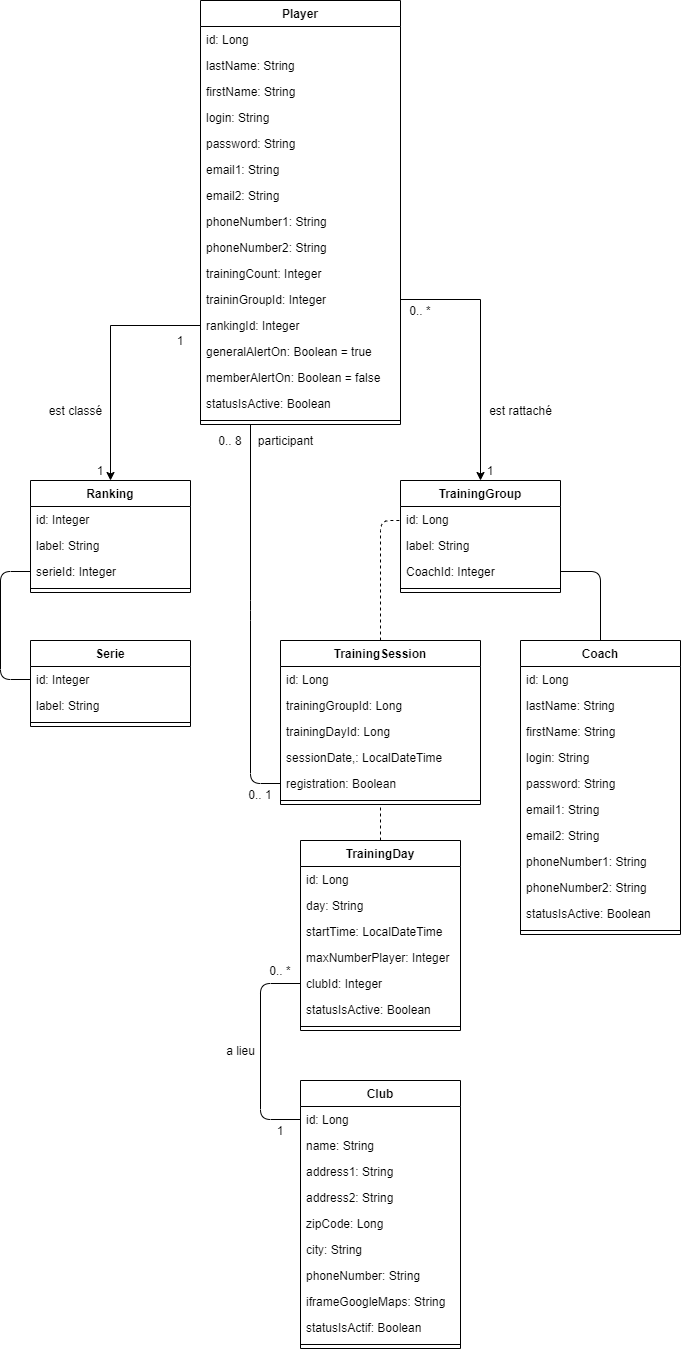
Above: ASC Tennis.png in Sayavong75/asc-tennis (draw.io), before the change. Source tidied: cells renumbered, new cells last; positions are measured from the earlier drawing's top-left corner, leaving out a move shared by most shapes.
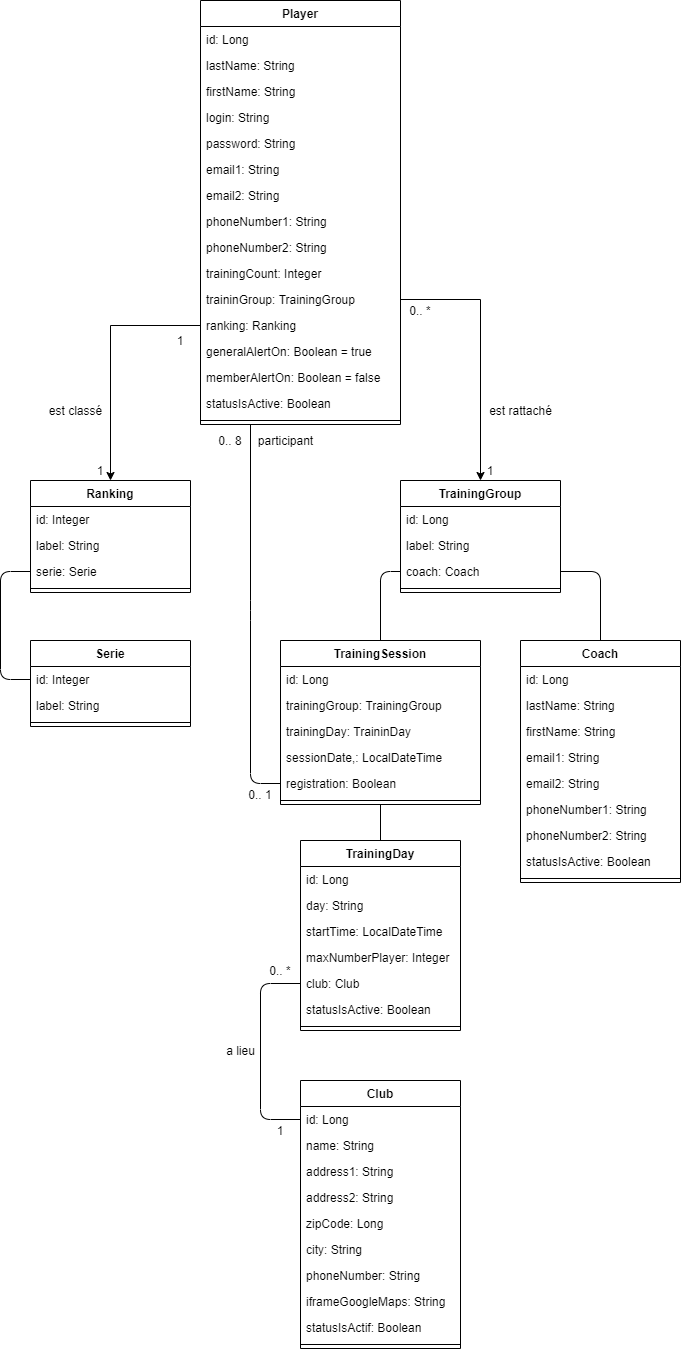
The same diagram one commit later.

Change to the diagram source:
```diff
@@ -41,10 +41,10 @@
     <mxCell id="14" value="trainingCount: Integer" style="text;strokeColor=none;fillColor=none;align=left;verticalAlign=top;spacingLeft=4;spacingRight=4;overflow=hidden;" parent="4" vertex="1">
       <mxGeometry y="260" width="200" height="26" as="geometry" />
     </mxCell>
-    <mxCell id="15" value="traininGroupId: Integer" style="text;strokeColor=none;fillColor=none;align=left;verticalAlign=top;spacingLeft=4;spacingRight=4;overflow=hidden;points=[[0,0.5],[1,0.5]];portConstraint=eastwest;" parent="4" vertex="1">
+    <mxCell id="15" value="traininGroup: TrainingGroup" style="text;strokeColor=none;fillColor=none;align=left;verticalAlign=top;spacingLeft=4;spacingRight=4;overflow=hidden;points=[[0,0.5],[1,0.5]];portConstraint=eastwest;" parent="4" vertex="1">
       <mxGeometry y="286" width="200" height="26" as="geometry" />
     </mxCell>
-    <mxCell id="16" value="rankingId: Integer" style="text;strokeColor=none;fillColor=none;align=left;verticalAlign=top;spacingLeft=4;spacingRight=4;overflow=hidden;points=[[0,0.5],[1,0.5]];portConstraint=eastwest;" parent="4" vertex="1">
+    <mxCell id="16" value="ranking: Ranking" style="text;strokeColor=none;fillColor=none;align=left;verticalAlign=top;spacingLeft=4;spacingRight=4;overflow=hidden;points=[[0,0.5],[1,0.5]];portConstraint=eastwest;" parent="4" vertex="1">
       <mxGeometry y="312" width="200" height="26" as="geometry" />
     </mxCell>
     <mxCell id="17" value="generalAlertOn: Boolean = true" style="text;strokeColor=none;fillColor=none;align=left;verticalAlign=top;spacingLeft=4;spacingRight=4;overflow=hidden;" parent="4" vertex="1">
@@ -86,7 +86,7 @@
     <mxCell id="29" value="label: String" style="text;strokeColor=none;fillColor=none;align=left;verticalAlign=top;spacingLeft=4;spacingRight=4;overflow=hidden;" parent="27" vertex="1">
       <mxGeometry y="52" width="160" height="26" as="geometry" />
     </mxCell>
-    <mxCell id="30" value="serieId: Integer" style="text;strokeColor=none;fillColor=none;align=left;verticalAlign=top;spacingLeft=4;spacingRight=4;overflow=hidden;points=[[0,0.5],[1,0.5]];portConstraint=eastwest;" parent="27" vertex="1">
+    <mxCell id="30" value="serie: Serie" style="text;strokeColor=none;fillColor=none;align=left;verticalAlign=top;spacingLeft=4;spacingRight=4;overflow=hidden;points=[[0,0.5],[1,0.5]];portConstraint=eastwest;" parent="27" vertex="1">
       <mxGeometry y="78" width="160" height="26" as="geometry" />
     </mxCell>
     <mxCell id="31" style="line;strokeWidth=1;fillColor=none;align=left;verticalAlign=middle;spacingTop=-1;spacingLeft=3;spacingRight=3;labelPosition=right;" parent="27" vertex="1">
@@ -113,7 +113,7 @@
     <mxCell id="38" value="label: String" style="text;strokeColor=none;fillColor=none;align=left;verticalAlign=top;spacingLeft=4;spacingRight=4;overflow=hidden;" parent="36" vertex="1">
       <mxGeometry y="52" width="160" height="26" as="geometry" />
     </mxCell>
-    <mxCell id="39" value="CoachId: Integer" style="text;strokeColor=none;fillColor=none;align=left;verticalAlign=top;spacingLeft=4;spacingRight=4;overflow=hidden;points=[[0,0.5],[1,0.5]];portConstraint=eastwest;" parent="36" vertex="1">
+    <mxCell id="39" value="coach: Coach" style="text;strokeColor=none;fillColor=none;align=left;verticalAlign=top;spacingLeft=4;spacingRight=4;overflow=hidden;points=[[0,0.5],[1,0.5]];portConstraint=eastwest;" parent="36" vertex="1">
       <mxGeometry y="78" width="160" height="26" as="geometry" />
     </mxCell>
     <mxCell id="40" style="line;strokeWidth=1;fillColor=none;align=left;verticalAlign=middle;spacingTop=-1;spacingLeft=3;spacingRight=3;labelPosition=right;" parent="36" vertex="1">
@@ -139,7 +139,7 @@
       </mxGeometry>
     </mxCell>
     <mxCell id="44" value="Coach" style="swimlane;fontStyle=1;align=center;verticalAlign=top;horizontal=1;startSize=26;" parent="1" vertex="1">
-      <mxGeometry x="520" y="640" width="160" height="294" as="geometry" />
+      <mxGeometry x="520" y="640" width="160" height="242" as="geometry" />
     </mxCell>
     <mxCell id="45" value="id: Long" style="text;strokeColor=none;fillColor=none;align=left;verticalAlign=top;spacingLeft=4;spacingRight=4;overflow=hidden;" parent="44" vertex="1">
       <mxGeometry y="26" width="160" height="26" as="geometry" />
@@ -150,29 +150,23 @@
     <mxCell id="47" value="firstName: String" style="text;strokeColor=none;fillColor=none;align=left;verticalAlign=top;spacingLeft=4;spacingRight=4;overflow=hidden;" parent="44" vertex="1">
       <mxGeometry y="78" width="160" height="26" as="geometry" />
     </mxCell>
-    <mxCell id="48" value="login: String" style="text;strokeColor=none;fillColor=none;align=left;verticalAlign=top;spacingLeft=4;spacingRight=4;overflow=hidden;" parent="44" vertex="1">
-      <mxGeometry y="104" width="160" height="26" as="geometry" />
-    </mxCell>
-    <mxCell id="49" value="password: String" style="text;strokeColor=none;fillColor=none;align=left;verticalAlign=top;spacingLeft=4;spacingRight=4;overflow=hidden;" parent="44" vertex="1">
-      <mxGeometry y="130" width="160" height="26" as="geometry" />
-    </mxCell>
     <mxCell id="50" value="email1: String" style="text;strokeColor=none;fillColor=none;align=left;verticalAlign=top;spacingLeft=4;spacingRight=4;overflow=hidden;" parent="44" vertex="1">
-      <mxGeometry y="156" width="160" height="26" as="geometry" />
+      <mxGeometry y="104" width="160" height="26" as="geometry" />
     </mxCell>
     <mxCell id="51" value="email2: String" style="text;strokeColor=none;fillColor=none;align=left;verticalAlign=top;spacingLeft=4;spacingRight=4;overflow=hidden;" parent="44" vertex="1">
-      <mxGeometry y="182" width="160" height="26" as="geometry" />
+      <mxGeometry y="130" width="160" height="26" as="geometry" />
     </mxCell>
     <mxCell id="52" value="phoneNumber1: String " style="text;strokeColor=none;fillColor=none;align=left;verticalAlign=top;spacingLeft=4;spacingRight=4;overflow=hidden;" parent="44" vertex="1">
-      <mxGeometry y="208" width="160" height="26" as="geometry" />
+      <mxGeometry y="156" width="160" height="26" as="geometry" />
     </mxCell>
     <mxCell id="53" value="phoneNumber2: String" style="text;strokeColor=none;fillColor=none;align=left;verticalAlign=top;spacingLeft=4;spacingRight=4;overflow=hidden;" parent="44" vertex="1">
-      <mxGeometry y="234" width="160" height="26" as="geometry" />
+      <mxGeometry y="182" width="160" height="26" as="geometry" />
     </mxCell>
     <mxCell id="54" value="statusIsActive: Boolean" style="text;strokeColor=none;fillColor=none;align=left;verticalAlign=top;spacingLeft=4;spacingRight=4;overflow=hidden;" parent="44" vertex="1">
-      <mxGeometry y="260" width="160" height="26" as="geometry" />
+      <mxGeometry y="208" width="160" height="26" as="geometry" />
     </mxCell>
     <mxCell id="55" style="line;strokeWidth=1;fillColor=none;align=left;verticalAlign=middle;spacingTop=-1;spacingLeft=3;spacingRight=3;labelPosition=right;" parent="44" vertex="1">
-      <mxGeometry y="286" width="160" height="8" as="geometry" />
+      <mxGeometry y="234" width="160" height="8" as="geometry" />
     </mxCell>
     <mxCell id="56" value="TrainingSession" style="swimlane;fontStyle=1;align=center;verticalAlign=top;horizontal=1;startSize=26;" parent="1" vertex="1">
       <mxGeometry x="280" y="640" width="200" height="164" as="geometry" />
@@ -180,10 +174,10 @@
     <mxCell id="57" value="id: Long" style="text;strokeColor=none;fillColor=none;align=left;verticalAlign=top;spacingLeft=4;spacingRight=4;overflow=hidden;" parent="56" vertex="1">
       <mxGeometry y="26" width="200" height="26" as="geometry" />
     </mxCell>
-    <mxCell id="58" value="trainingGroupId: Long" style="text;strokeColor=none;fillColor=none;align=left;verticalAlign=top;spacingLeft=4;spacingRight=4;overflow=hidden;" parent="56" vertex="1">
+    <mxCell id="58" value="trainingGroup: TrainingGroup" style="text;strokeColor=none;fillColor=none;align=left;verticalAlign=top;spacingLeft=4;spacingRight=4;overflow=hidden;" parent="56" vertex="1">
       <mxGeometry y="52" width="200" height="26" as="geometry" />
     </mxCell>
-    <mxCell id="59" value="trainingDayId: Long" style="text;strokeColor=none;fillColor=none;align=left;verticalAlign=top;spacingLeft=4;spacingRight=4;overflow=hidden;" parent="56" vertex="1">
+    <mxCell id="59" value="trainingDay: TraininDay" style="text;strokeColor=none;fillColor=none;align=left;verticalAlign=top;spacingLeft=4;spacingRight=4;overflow=hidden;" parent="56" vertex="1">
       <mxGeometry y="78" width="200" height="26" as="geometry" />
     </mxCell>
     <mxCell id="60" value="sessionDate,: LocalDateTime" style="text;strokeColor=none;fillColor=none;align=left;verticalAlign=top;spacingLeft=4;spacingRight=4;overflow=hidden;" parent="56" vertex="1">
@@ -221,7 +215,7 @@
     <mxCell id="69" value="maxNumberPlayer: Integer" style="text;strokeColor=none;fillColor=none;align=left;verticalAlign=top;spacingLeft=4;spacingRight=4;overflow=hidden;" parent="65" vertex="1">
       <mxGeometry y="104" width="160" height="26" as="geometry" />
     </mxCell>
-    <mxCell id="70" value="clubId: Integer" style="text;strokeColor=none;fillColor=none;align=left;verticalAlign=top;spacingLeft=4;spacingRight=4;overflow=hidden;points=[[0,0.5],[1,0.5]];portConstraint=eastwest;" parent="65" vertex="1">
+    <mxCell id="70" value="club: Club" style="text;strokeColor=none;fillColor=none;align=left;verticalAlign=top;spacingLeft=4;spacingRight=4;overflow=hidden;points=[[0,0.5],[1,0.5]];portConstraint=eastwest;" parent="65" vertex="1">
       <mxGeometry y="130" width="160" height="26" as="geometry" />
     </mxCell>
     <mxCell id="71" value="statusIsActive: Boolean" style="text;strokeColor=none;fillColor=none;align=left;verticalAlign=top;spacingLeft=4;spacingRight=4;overflow=hidden;" parent="65" vertex="1">
@@ -245,17 +239,6 @@
     <mxCell id="77" value="a lieu" style="text;html=1;align=center;verticalAlign=middle;fillColor=none;strokeColor=none;rounded=0;" parent="1" vertex="1">
       <mxGeometry x="220" y="1040" width="40" height="20" as="geometry" />
     </mxCell>
-    <mxCell id="78" style="endArrow=none;dashed=1;html=1;exitX=0.5;exitY=0;exitDx=0;exitDy=0;" parent="1" edge="1" source="56">
-      <mxGeometry relative="1" as="geometry">
-        <mxPoint x="400" y="520" as="targetPoint" />
-        <Array as="points">
-          <mxPoint x="380" y="520" />
-        </Array>
-      </mxGeometry>
-    </mxCell>
-    <mxCell id="79" style="endArrow=none;dashed=1;html=1;entryX=0.5;entryY=1;entryDx=0;entryDy=0;" parent="1" edge="1" source="65" target="56">
-      <mxGeometry relative="1" as="geometry" />
-    </mxCell>
     <mxCell id="80" value="Club" style="swimlane;fontStyle=1;align=center;verticalAlign=top;horizontal=1;startSize=26;" parent="1" vertex="1">
       <mxGeometry x="300" y="1080" width="160" height="268" as="geometry" />
     </mxCell>
@@ -289,5 +272,11 @@
     <mxCell id="90" style="line;strokeWidth=1;fillColor=none;align=left;verticalAlign=middle;spacingTop=-1;spacingLeft=3;spacingRight=3;labelPosition=right;" parent="80" vertex="1">
       <mxGeometry y="260" width="160" height="8" as="geometry" />
     </mxCell>
+    <mxCell id="91" style="endArrow=none;html=1;entryX=0.49;entryY=0.875;entryDx=0;entryDy=0;entryPerimeter=0;exitX=0.5;exitY=0;exitDx=0;exitDy=0;" parent="1" edge="1" source="65" target="62">
+      <mxGeometry relative="1" as="geometry" />
+    </mxCell>
+    <mxCell id="92" style="endArrow=none;html=1;entryX=0;entryY=0.5;entryDx=0;entryDy=0;exitX=0.5;exitY=0;exitDx=0;exitDy=0;edgeStyle=orthogonalEdgeStyle;" parent="1" edge="1" source="56" target="39">
+      <mxGeometry relative="1" as="geometry" />
+    </mxCell>
   </root>
 </mxGraphModel>
```
